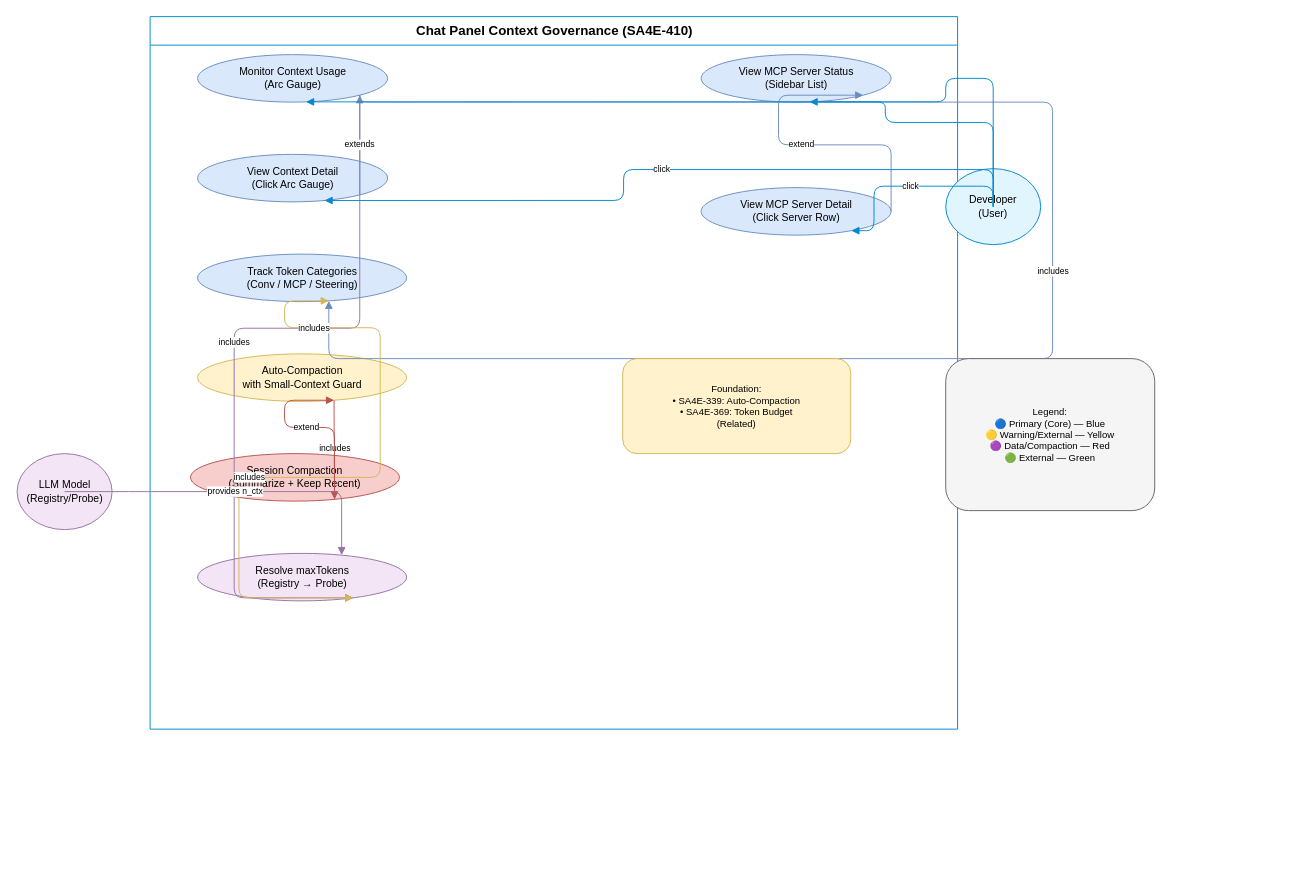
dnguyenminh/SDLC-Agents-4-Enteprise keeps this draw.io diagram as documents/SA4E-410/diagrams/use-case.drawio. Above is the earlier version. Source tidied: cells renumbered, new cells numbered last; positions are measured from the earlier drawing's top-left corner, leaving out a move shared by most shapes. Both pictures are drawn from the tidied source at 95%, with x=0, y=0 at pixel (16, 16).
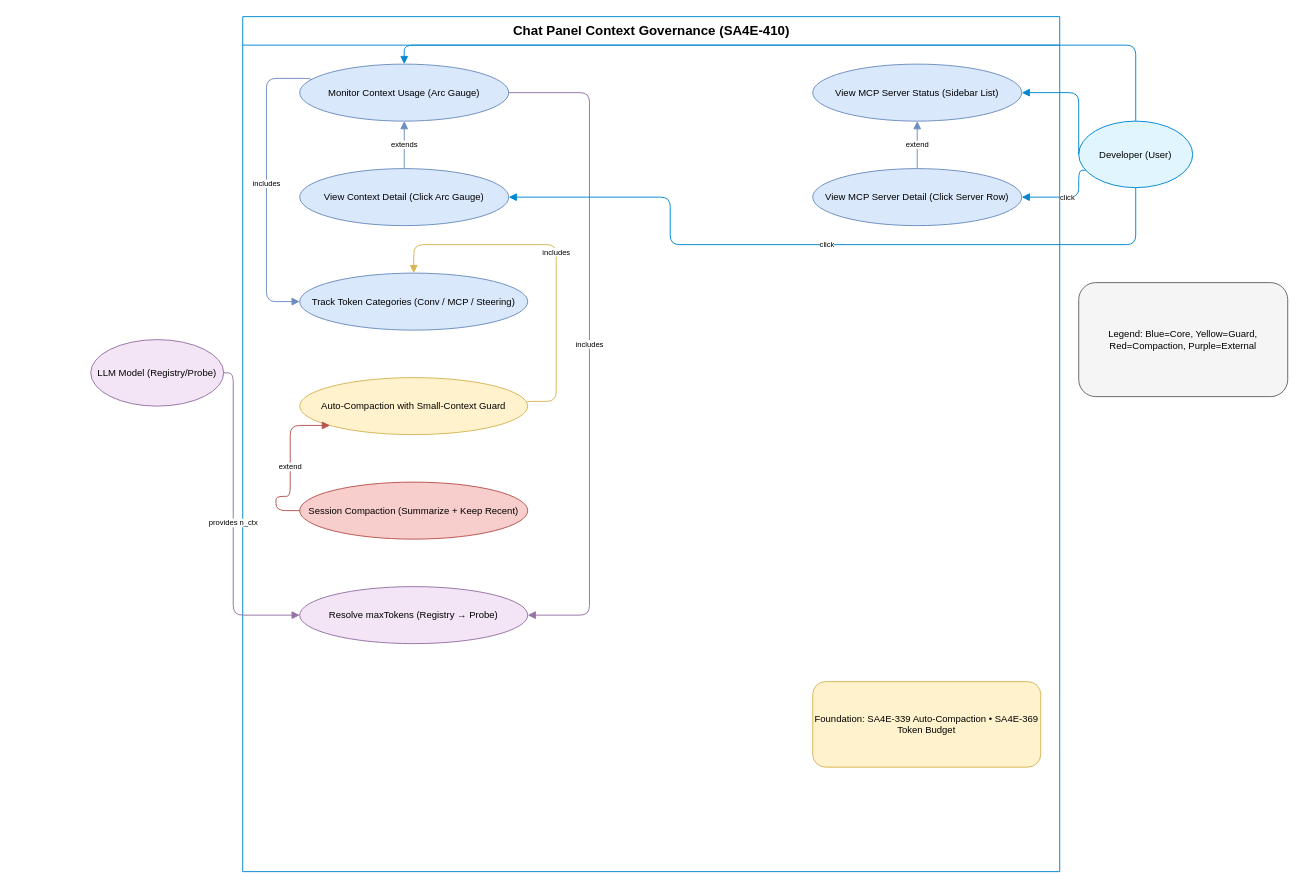
The same page after the edit.

Change to the diagram source:
```diff
@@
     <mxCell id="2" value="Chat Panel Context Governance (SA4E-410)" style="swimlane;startSize=30;fillColor=none;strokeColor=#0288d1;html=1;fontStyle=1;fontSize=14;" parent="1" vertex="1">
-      <mxGeometry x="140.5" width="850" height="750" as="geometry" />
+      <mxGeometry x="238" width="860" height="900" as="geometry" />
     </mxCell>
-    <mxCell id="3" value="Monitor Context Usage&#10;(Arc Gauge)" style="ellipse;whiteSpace=wrap;html=1;fillColor=#dae8fc;strokeColor=#6c8ebf;fontSize=11;" parent="2" vertex="1">
-      <mxGeometry x="50" y="40" width="200" height="50" as="geometry" />
+    <mxCell id="3" value="Monitor Context Usage (Arc Gauge)" style="ellipse;whiteSpace=wrap;html=1;fillColor=#dae8fc;strokeColor=#6c8ebf;fontSize=10;" parent="2" vertex="1">
+      <mxGeometry x="60" y="50" width="220" height="60" as="geometry" />
     </mxCell>
-    <mxCell id="4" value="View Context Detail&#10;(Click Arc Gauge)" style="ellipse;whiteSpace=wrap;html=1;fillColor=#dae8fc;strokeColor=#6c8ebf;fontSize=11;" parent="2" vertex="1">
-      <mxGeometry x="50" y="145" width="200" height="50" as="geometry" />
+    <mxCell id="4" value="View Context Detail (Click Arc Gauge)" style="ellipse;whiteSpace=wrap;html=1;fillColor=#dae8fc;strokeColor=#6c8ebf;fontSize=10;" parent="2" vertex="1">
+      <mxGeometry x="60" y="160" width="220" height="60" as="geometry" />
     </mxCell>
-    <mxCell id="5" value="Track Token Categories&#10;(Conv / MCP / Steering)" style="ellipse;whiteSpace=wrap;html=1;fillColor=#dae8fc;strokeColor=#6c8ebf;fontSize=11;" parent="2" vertex="1">
-      <mxGeometry x="50" y="250" width="220" height="50" as="geometry" />
+    <mxCell id="5" value="Track Token Categories (Conv / MCP / Steering)" style="ellipse;whiteSpace=wrap;html=1;fillColor=#dae8fc;strokeColor=#6c8ebf;fontSize=10;" parent="2" vertex="1">
+      <mxGeometry x="60" y="270" width="240" height="60" as="geometry" />
     </mxCell>
-    <mxCell id="6" value="Auto-Compaction&#10;with Small-Context Guard" style="ellipse;whiteSpace=wrap;html=1;fillColor=#fff2cc;strokeColor=#d6b656;fontSize=11;" parent="2" vertex="1">
-      <mxGeometry x="50" y="355" width="220" height="50" as="geometry" />
+    <mxCell id="6" value="Auto-Compaction with Small-Context Guard" style="ellipse;whiteSpace=wrap;html=1;fillColor=#fff2cc;strokeColor=#d6b656;fontSize=10;" parent="2" vertex="1">
+      <mxGeometry x="60" y="380" width="240" height="60" as="geometry" />
     </mxCell>
-    <mxCell id="7" value="Session Compaction&#10;(Summarize + Keep Recent)" style="ellipse;whiteSpace=wrap;html=1;fillColor=#f8cecc;strokeColor=#b85450;fontSize=11;" parent="2" vertex="1">
-      <mxGeometry x="42.5" y="460" width="220" height="50" as="geometry" />
+    <mxCell id="7" value="Session Compaction (Summarize + Keep Recent)" style="ellipse;whiteSpace=wrap;html=1;fillColor=#f8cecc;strokeColor=#b85450;fontSize=10;" parent="2" vertex="1">
+      <mxGeometry x="60" y="490" width="240" height="60" as="geometry" />
     </mxCell>
-    <mxCell id="8" value="Resolve maxTokens&#10;(Registry → Probe)" style="ellipse;whiteSpace=wrap;html=1;fillColor=#f3e5f5;strokeColor=#9673a6;fontSize=11;" parent="2" vertex="1">
-      <mxGeometry x="50" y="565" width="220" height="50" as="geometry" />
+    <mxCell id="8" value="Resolve maxTokens (Registry → Probe)" style="ellipse;whiteSpace=wrap;html=1;fillColor=#f3e5f5;strokeColor=#9673a6;fontSize=10;" parent="2" vertex="1">
+      <mxGeometry x="60" y="600" width="240" height="60" as="geometry" />
     </mxCell>
-    <mxCell id="9" value="View MCP Server Status&#10;(Sidebar List)" style="ellipse;whiteSpace=wrap;html=1;fillColor=#dae8fc;strokeColor=#6c8ebf;fontSize=11;" parent="2" vertex="1">
-      <mxGeometry x="580" y="40" width="200" height="50" as="geometry" />
+    <mxCell id="9" value="View MCP Server Status (Sidebar List)" style="ellipse;whiteSpace=wrap;html=1;fillColor=#dae8fc;strokeColor=#6c8ebf;fontSize=10;" parent="2" vertex="1">
+      <mxGeometry x="600" y="50" width="220" height="60" as="geometry" />
     </mxCell>
-    <mxCell id="10" value="View MCP Server Detail&#10;(Click Server Row)" style="ellipse;whiteSpace=wrap;html=1;fillColor=#dae8fc;strokeColor=#6c8ebf;fontSize=11;" parent="2" vertex="1">
-      <mxGeometry x="580" y="180" width="200" height="50" as="geometry" />
+    <mxCell id="10" value="View MCP Server Detail (Click Server Row)" style="ellipse;whiteSpace=wrap;html=1;fillColor=#dae8fc;strokeColor=#6c8ebf;fontSize=10;" parent="2" vertex="1">
+      <mxGeometry x="600" y="160" width="220" height="60" as="geometry" />
     </mxCell>
-    <mxCell id="11" value="Developer&#10;(User)" style="ellipse;whiteSpace=wrap;html=1;fillColor=#e1f5fe;strokeColor=#0288d1;fontSize=11;" parent="1" vertex="1">
-      <mxGeometry x="978" y="160" width="100" height="80" as="geometry" />
+    <mxCell id="11" value="Developer (User)" style="ellipse;whiteSpace=wrap;html=1;fillColor=#e1f5fe;strokeColor=#0288d1;fontSize=10;" parent="1" vertex="1">
+      <mxGeometry x="1118" y="110" width="120" height="70" as="geometry" />
     </mxCell>
-    <mxCell id="12" value="LLM Model&#10;(Registry/Probe)" style="ellipse;whiteSpace=wrap;html=1;fillColor=#f3e5f5;strokeColor=#9673a6;fontSize=11;" parent="1" vertex="1">
-      <mxGeometry x="0.5" y="460" width="100" height="80" as="geometry" />
+    <mxCell id="12" value="LLM Model (Registry/Probe)" style="ellipse;whiteSpace=wrap;html=1;fillColor=#f3e5f5;strokeColor=#9673a6;fontSize=10;" parent="1" vertex="1">
+      <mxGeometry x="78" y="340" width="140" height="70" as="geometry" />
     </mxCell>
-    <mxCell id="13" value="Legend:&#10;🔵 Primary (Core) — Blue&#10;🟡 Warning/External — Yellow&#10;🟣 Data/Compaction — Red&#10;🟢 External — Green" style="rounded=1;whiteSpace=wrap;html=1;fillColor=#f5f5f5;strokeColor=#666666;fontSize=10;" parent="1" vertex="1">
-      <mxGeometry x="978" y="360" width="220" height="160" as="geometry" />
+    <mxCell id="13" value="Legend: Blue=Core, Yellow=Guard, Red=Compaction, Purple=External" style="rounded=1;whiteSpace=wrap;html=1;fillColor=#f5f5f5;strokeColor=#666666;fontSize=10;" parent="1" vertex="1">
+      <mxGeometry x="1118" y="280" width="220" height="120" as="geometry" />
     </mxCell>
-    <mxCell id="14" value="Foundation:&#10;• SA4E-339: Auto-Compaction&#10;• SA4E-369: Token Budget&#10;  (Related)" style="rounded=1;whiteSpace=wrap;html=1;fillColor=#fff2cc;strokeColor=#d6b656;fontSize=10;" parent="1" vertex="1">
-      <mxGeometry x="638" y="360" width="240" height="100" as="geometry" />
+    <mxCell id="14" value="Foundation: SA4E-339 Auto-Compaction • SA4E-369 Token Budget" style="rounded=1;whiteSpace=wrap;html=1;fillColor=#fff2cc;strokeColor=#d6b656;fontSize=10;" parent="1" vertex="1">
+      <mxGeometry x="838" y="700" width="240" height="90" as="geometry" />
     </mxCell>
-    <mxCell id="15" style="edgeStyle=orthogonalEdgeStyle;html=1;endArrow=block;endFill=1;fontSize=9;strokeColor=#0288d1;exitX=0.5000;exitY=0.5000;entryX=1.0000;entryY=4.0000;" parent="1" edge="1" source="11" target="3">
+    <mxCell id="15" style="edgeStyle=orthogonalEdgeStyle;html=1;endArrow=block;endFill=1;fontSize=8;strokeColor=#0288d1;exitX=0.5000;exitY=0.0000;entryX=0.5000;entryY=0.0000;" parent="1" edge="1" source="11" target="3">
       <mxGeometry relative="1" as="geometry">
         <Array as="points">
-          <mxPoint x="978" y="65" />
+          <mxPoint x="1178" y="30" />
+          <mxPoint x="408" y="30" />
         </Array>
       </mxGeometry>
     </mxCell>
-    <mxCell id="16" value="click" style="edgeStyle=orthogonalEdgeStyle;html=1;endArrow=block;endFill=1;fontSize=9;strokeColor=#0288d1;exitX=0.5000;exitY=0.5000;entryX=1.0000;entryY=1.9000;" parent="1" edge="1" source="11" target="4">
+    <mxCell id="16" value="click" style="edgeStyle=orthogonalEdgeStyle;html=1;endArrow=block;endFill=1;fontSize=8;strokeColor=#0288d1;exitX=0.5000;exitY=1.0000;entryX=1.0000;entryY=0.5000;" parent="1" edge="1" source="11" target="4">
       <mxGeometry relative="1" as="geometry">
         <Array as="points">
-          <mxPoint x="638.9" y="161" />
+          <mxPoint x="1178" y="240" />
+          <mxPoint x="688" y="240" />
+          <mxPoint x="688" y="190" />
         </Array>
       </mxGeometry>
     </mxCell>
-    <mxCell id="17" style="edgeStyle=orthogonalEdgeStyle;html=1;endArrow=block;endFill=1;fontSize=9;strokeColor=#0288d1;exitX=0.5000;exitY=0.5000;entryX=1.0000;entryY=4.0000;" parent="1" edge="1" source="11" target="9">
+    <mxCell id="17" style="edgeStyle=orthogonalEdgeStyle;html=1;endArrow=block;endFill=1;fontSize=8;strokeColor=#0288d1;exitX=0.0000;exitY=0.5000;entryX=1.0000;entryY=0.5000;" parent="1" edge="1" source="11" target="9">
       <mxGeometry relative="1" as="geometry">
         <Array as="points">
-          <mxPoint x="914.4" y="111.4" />
+          <mxPoint x="1118" y="80" />
         </Array>
       </mxGeometry>
     </mxCell>
-    <mxCell id="18" value="click" style="edgeStyle=orthogonalEdgeStyle;html=1;endArrow=block;endFill=1;fontSize=9;strokeColor=#0288d1;exitX=0.5000;exitY=0.5000;entryX=1.0000;entryY=1.2000;" parent="1" edge="1" source="11" target="10">
+    <mxCell id="18" value="click" style="edgeStyle=orthogonalEdgeStyle;html=1;endArrow=block;endFill=1;fontSize=8;strokeColor=#0288d1;exitX=0.0000;exitY=0.7857;entryX=1.0000;entryY=0.5000;" parent="1" edge="1" source="11" target="10">
       <mxGeometry relative="1" as="geometry">
         <Array as="points">
-          <mxPoint x="902.5" y="178.5" />
+          <mxPoint x="1118" y="190" />
         </Array>
       </mxGeometry>
     </mxCell>
-    <mxCell id="19" value="provides n_ctx" style="edgeStyle=orthogonalEdgeStyle;html=1;endArrow=block;endFill=1;fontSize=9;strokeColor=#9673a6;exitX=0.5000;exitY=0.5000;entryX=0.9091;entryY=-0.5000;" parent="1" edge="1" source="12" target="8">
+    <mxCell id="19" value="provides n_ctx" style="edgeStyle=orthogonalEdgeStyle;html=1;endArrow=block;endFill=1;fontSize=8;strokeColor=#9673a6;exitX=0.8571;exitY=0.5000;entryX=0.0000;entryY=0.5000;" parent="1" edge="1" source="12" target="8">
       <mxGeometry relative="1" as="geometry">
         <Array as="points">
-          <mxPoint x="128" y="500" />
-          <mxPoint x="308" y="500" />
+          <mxPoint x="228" y="375" />
+          <mxPoint x="228" y="630" />
         </Array>
       </mxGeometry>
     </mxCell>
+    <mxCell id="22" value="extends" style="edgeStyle=orthogonalEdgeStyle;html=1;endArrow=block;endFill=1;fontSize=8;strokeColor=#6c8ebf;exitX=0.5000;exitY=0.0000;entryX=0.5000;entryY=1.0000;" parent="2" edge="1" source="4" target="3">
+      <mxGeometry relative="1" as="geometry" />
+    </mxCell>
+    <mxCell id="27" value="extend" style="edgeStyle=orthogonalEdgeStyle;html=1;endArrow=block;endFill=1;fontSize=8;strokeColor=#6c8ebf;exitX=0.5000;exitY=0.0000;entryX=0.5000;entryY=1.0000;" parent="2" edge="1" source="10" target="9">
+      <mxGeometry relative="1" as="geometry" />
+    </mxCell>
-    <mxCell id="20" value="includes" style="edgeStyle=orthogonalEdgeStyle;html=1;endArrow=block;endFill=1;fontSize=9;strokeColor=#6c8ebf;exitX=1.0000;exitY=1.0000;entryX=0.9545;entryY=2.2000;" parent="2" edge="1" source="3" target="5">
+    <mxCell id="20" value="includes" style="edgeStyle=orthogonalEdgeStyle;html=1;endArrow=block;endFill=1;fontSize=8;strokeColor=#6c8ebf;exitX=0.0000;exitY=0.2500;entryX=0.0000;entryY=0.5000;" parent="2" edge="1" source="3" target="5">
       <mxGeometry relative="1" as="geometry">
         <Array as="points">
-          <mxPoint x="250" y="90" />
-          <mxPoint x="950" y="90" />
-          <mxPoint x="950" y="360" />
-          <mxPoint x="260" y="360" />
+          <mxPoint x="25" y="65" />
+          <mxPoint x="25" y="300" />
         </Array>
       </mxGeometry>
     </mxCell>
+    <mxCell id="24" value="includes" style="edgeStyle=orthogonalEdgeStyle;html=1;endArrow=block;endFill=1;fontSize=8;strokeColor=#d6b656;exitX=1.0000;exitY=0.4167;entryX=0.5000;entryY=0.0000;" parent="2" edge="1" source="6" target="5">
+      <mxGeometry relative="1" as="geometry">
+        <Array as="points">
+          <mxPoint x="330" y="405" />
+          <mxPoint x="330" y="240" />
+          <mxPoint x="180" y="240" />
+        </Array>
+      </mxGeometry>
+    </mxCell>
+    <mxCell id="26" value="extend" style="edgeStyle=orthogonalEdgeStyle;html=1;endArrow=block;endFill=1;fontSize=8;strokeColor=#b85450;exitX=0.0000;exitY=0.5000;entryX=-0.0417;entryY=1.0000;" parent="2" edge="1" source="7" target="6">
+      <mxGeometry relative="1" as="geometry">
+        <Array as="points">
+          <mxPoint x="35" y="520" />
+          <mxPoint x="35" y="505" />
+          <mxPoint x="50" y="505" />
+        </Array>
+      </mxGeometry>
+    </mxCell>
-    <mxCell id="21" value="includes" style="edgeStyle=orthogonalEdgeStyle;html=1;endArrow=block;endFill=1;fontSize=9;strokeColor=#9673a6;exitX=1.0000;exitY=1.0000;entryX=0.9545;entryY=1.3000;" parent="2" edge="1" source="3" target="8">
+    <mxCell id="21" value="includes" style="edgeStyle=orthogonalEdgeStyle;html=1;endArrow=block;endFill=1;fontSize=8;strokeColor=#9673a6;exitX=1.0000;exitY=0.5000;entryX=1.0000;entryY=0.5000;" parent="2" edge="1" source="3" target="8">
       <mxGeometry relative="1" as="geometry">
         <Array as="points">
-          <mxPoint x="88.5" y="328" />
+          <mxPoint x="365" y="80" />
+          <mxPoint x="365" y="630" />
         </Array>
       </mxGeometry>
     </mxCell>
-    <mxCell id="22" value="extends" style="edgeStyle=orthogonalEdgeStyle;html=1;endArrow=block;endFill=1;fontSize=9;strokeColor=#6c8ebf;exitX=1.0000;exitY=1.0000;entryX=1.0000;entryY=1.0000;" parent="2" edge="1" source="4" target="3">
-      <mxGeometry relative="1" as="geometry" />
-    </mxCell>
-    <mxCell id="23" value="includes" style="edgeStyle=orthogonalEdgeStyle;html=1;endArrow=block;endFill=1;fontSize=9;strokeColor=#d6b656;exitX=0.9545;exitY=0.1000;entryX=0.9545;entryY=1.3000;" parent="2" edge="1" source="6" target="8">
-      <mxGeometry relative="1" as="geometry">
-        <Array as="points">
-          <mxPoint x="93.5" y="485" />
-        </Array>
-      </mxGeometry>
-    </mxCell>
-    <mxCell id="24" value="includes" style="edgeStyle=orthogonalEdgeStyle;html=1;endArrow=block;endFill=1;fontSize=9;strokeColor=#d6b656;exitX=0.9545;exitY=0.1000;entryX=0.9545;entryY=2.2000;" parent="2" edge="1" source="6" target="5">
-      <mxGeometry relative="1" as="geometry">
-        <Array as="points">
-          <mxPoint x="141.5" y="327.5" />
-        </Array>
-      </mxGeometry>
-    </mxCell>
-    <mxCell id="25" value="includes" style="edgeStyle=orthogonalEdgeStyle;html=1;endArrow=block;endFill=1;fontSize=9;strokeColor=#b85450;exitX=0.9545;exitY=1.9000;entryX=0.9545;entryY=1.6000;" parent="2" edge="1" source="6" target="7">
-      <mxGeometry relative="1" as="geometry" />
-    </mxCell>
-    <mxCell id="26" value="extend" style="edgeStyle=orthogonalEdgeStyle;html=1;endArrow=block;endFill=1;fontSize=9;strokeColor=#b85450;exitX=0.9545;exitY=1.6000;entryX=0.9545;entryY=1.9000;" parent="2" edge="1" source="7" target="6">
-      <mxGeometry relative="1" as="geometry">
-        <Array as="points">
-          <mxPoint x="141.5" y="432.5" />
-        </Array>
-      </mxGeometry>
-    </mxCell>
-    <mxCell id="27" value="extend" style="edgeStyle=orthogonalEdgeStyle;html=1;endArrow=block;endFill=1;fontSize=9;strokeColor=#6c8ebf;exitX=1.0000;exitY=0.5000;entryX=1.0000;entryY=1.0000;" parent="2" edge="1" source="10" target="9">
-      <mxGeometry relative="1" as="geometry">
-        <Array as="points">
-          <mxPoint x="661.5" y="135" />
-        </Array>
-      </mxGeometry>
-    </mxCell>
```
